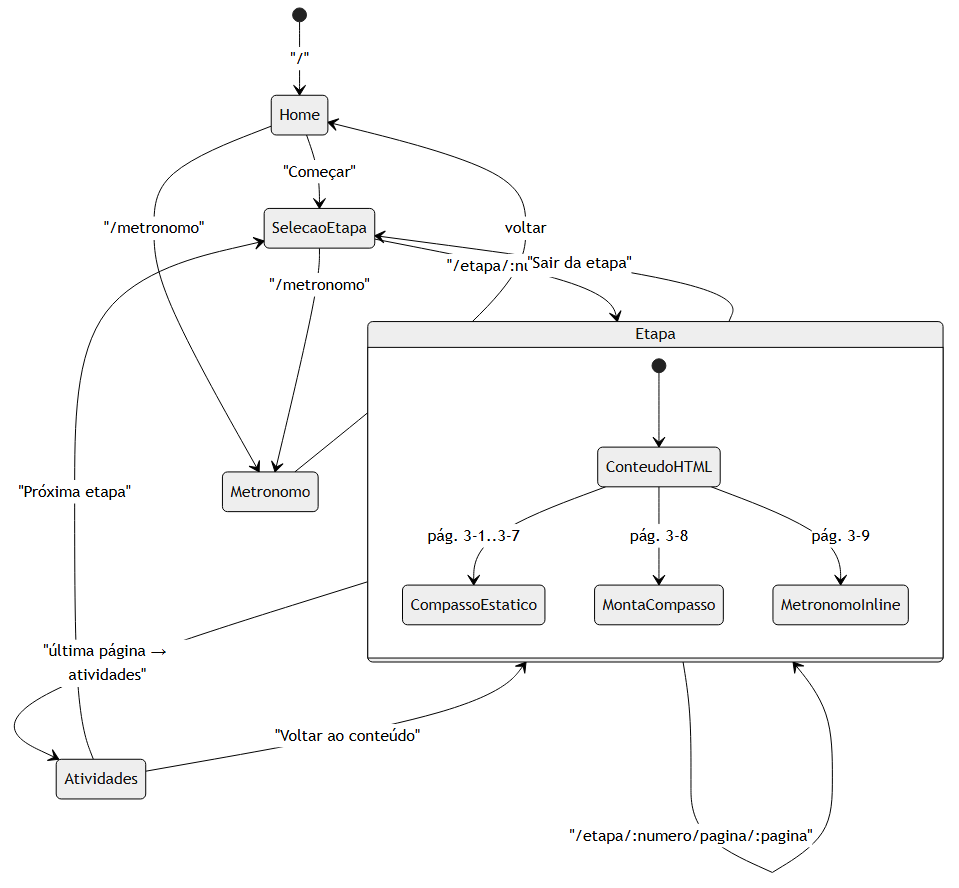
Above: docs/diagramas/png/06-fluxo-rotas.png in andresantana99/modulo-musicalizacao (Mermaid), before the change. Its source is kept beside it as docs/diagramas/src/06-fluxo-rotas.mmd.
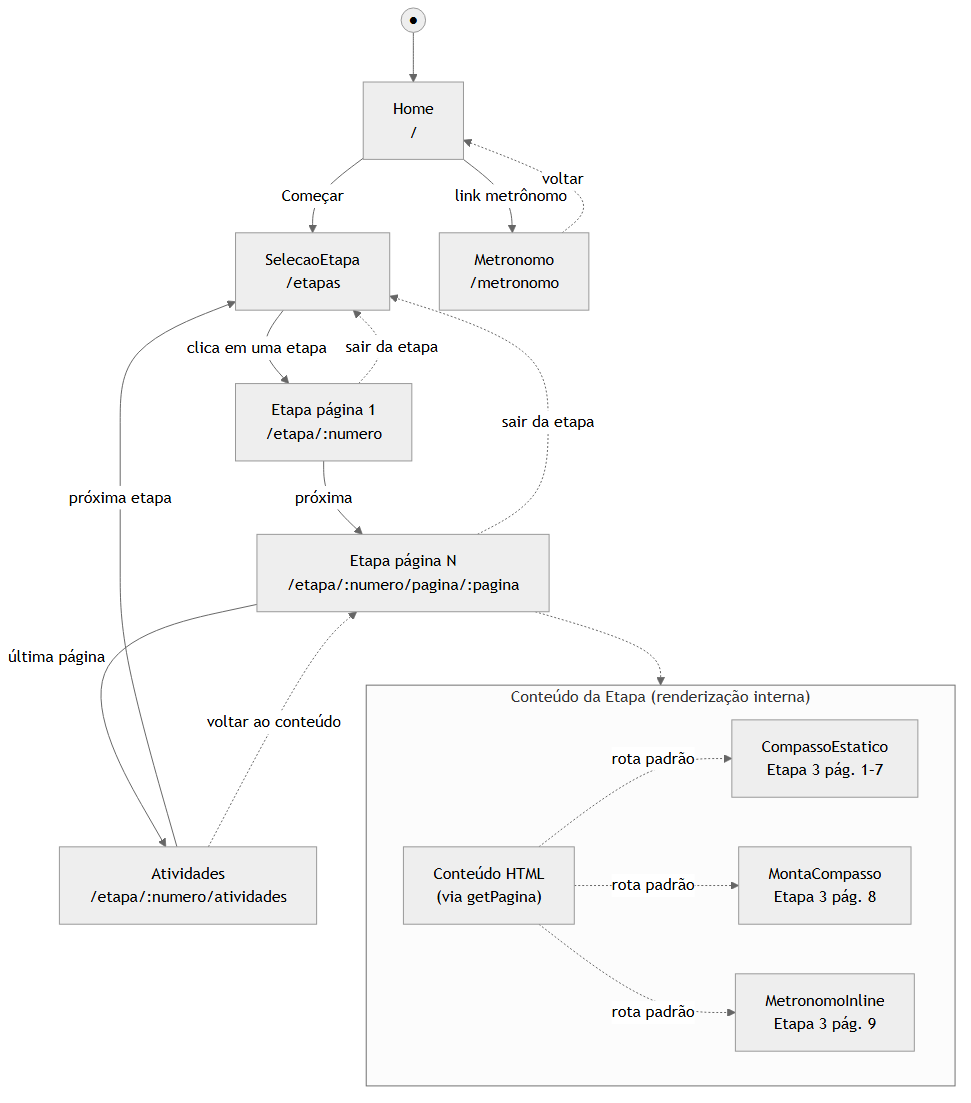
The same file after the commit.

Commit message:
Corrige imagem de fluxo de rotas e adiciona referências bibliográficas

Change to the diagram source:
```diff
@@ -1,19 +1,27 @@
-stateDiagram-v2
-    [*] --> Home: "/"
-    Home --> SelecaoEtapa: "Começar"
-    SelecaoEtapa --> Etapa: "/etapa/:numero"
-    Etapa --> Etapa: "/etapa/:numero/pagina/:pagina"
-    Etapa --> Atividades: "última página → atividades"
-    Atividades --> SelecaoEtapa: "Próxima etapa"
-    Atividades --> Etapa: "Voltar ao conteúdo"
-    Home --> Metronomo: "/metronomo"
-    SelecaoEtapa --> Metronomo: "/metronomo"
-    Metronomo --> Home: voltar
-    Etapa --> SelecaoEtapa: "Sair da etapa"
+flowchart TB
+    Start(("●")) --> Home["Home<br/>/"]
+    Home -->|"Começar"| Selecao["SelecaoEtapa<br/>/etapas"]
+    Home -->|"link metrônomo"| Metro["Metronomo<br/>/metronomo"]
 
-    state Etapa {
-        [*] --> ConteudoHTML
-        ConteudoHTML --> CompassoEstatico: pág. 3-1..3-7
-        ConteudoHTML --> MontaCompasso: pág. 3-8
-        ConteudoHTML --> MetronomoInline: pág. 3-9
-    }
+    Selecao -->|"clica em uma etapa"| Etapa["Etapa página 1<br/>/etapa/:numero"]
+    Etapa -->|"próxima"| EtapaPag["Etapa página N<br/>/etapa/:numero/pagina/:pagina"]
+    EtapaPag -->|"última página"| Atv["Atividades<br/>/etapa/:numero/atividades"]
+    Atv -->|"próxima etapa"| Selecao
+
+    Etapa -.->|"sair da etapa"| Selecao
+    EtapaPag -.->|"sair da etapa"| Selecao
+    Atv -.->|"voltar ao conteúdo"| EtapaPag
+    Metro -.->|"voltar"| Home
+
+    subgraph Sub ["Conteúdo da Etapa (renderização interna)"]
+        direction LR
+        Cont["Conteúdo HTML<br/>(via getPagina)"]
+        CE["CompassoEstatico<br/>Etapa 3 pág. 1–7"]
+        MC["MontaCompasso<br/>Etapa 3 pág. 8"]
+        MI["MetronomoInline<br/>Etapa 3 pág. 9"]
+        Cont -. "rota padrão" .-> CE
+        Cont -. "rota padrão" .-> MC
+        Cont -. "rota padrão" .-> MI
+    end
+
+    EtapaPag -.-> Sub
```
